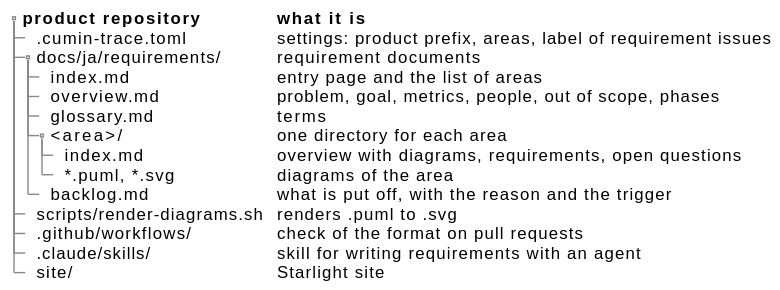
This is docs/ja/requirements/templates/templates-files.svg from cloveclovedev/cumin-trace, a PlantUML export, as it was before one commit.
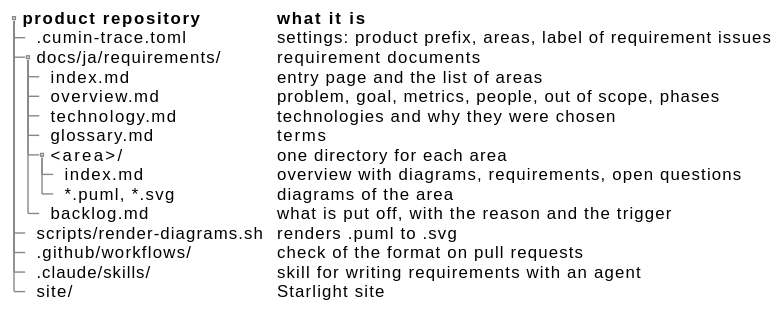
Later version of the same file.

Commit message:
docs(requirements): add the technology page and its template (#9)

The edit, as a diff of the source:
```diff
@@ -7,6 +7,7 @@
  ++ docs/ja/requirements/ | requirement documents
  +++ index.md | entry page and the list of areas
  +++ overview.md | problem, goal, metrics, people, out of scope, phases
+ +++ technology.md | technologies and why they were chosen
  +++ glossary.md | terms
  +++ <area>/ | one directory for each area
  ++++ index.md | overview with diagrams, requirements, open questions
```
